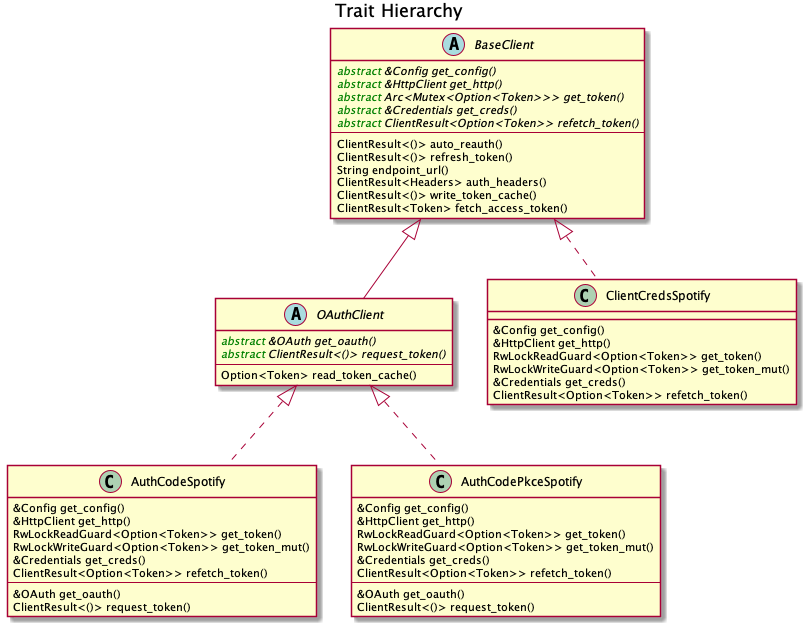
The PlantUML diagram doc/images/trait_hierarchy.png in ramsayleung/rspotify, before a commit. The source it was exported from:
```plantuml
@startuml
title Trait Hierarchy
abstract class BaseClient {
    <color:green>abstract</color> {abstract} &Config get_config()
    <color:green>abstract</color> {abstract} &HttpClient get_http()
    <color:green>abstract</color> {abstract} Arc<Mutex<Option<Token>>> get_token()
    <color:green>abstract</color> {abstract} &Credentials get_creds()
    <color:green>abstract</color> {abstract} ClientResult<Option<Token>> refetch_token()
    ---
    ClientResult<()> auto_reauth()
    ClientResult<()> refresh_token()
    String endpoint_url()
    ClientResult<Headers> auth_headers()
    ClientResult<()> write_token_cache()
    ClientResult<Token> fetch_access_token()
}

abstract class OAuthClient extends BaseClient{
    <color:green>abstract</color> {abstract} &OAuth get_oauth()
    <color:green>abstract</color> {abstract} ClientResult<()> request_token()
    ---
    Option<Token> read_token_cache()
}

class AuthCodeSpotify implements OAuthClient{
    &Config get_config()
    &HttpClient get_http()
    RwLockReadGuard<Option<Token>> get_token()
    RwLockWriteGuard<Option<Token>> get_token_mut()
    &Credentials get_creds()
    ClientResult<Option<Token>> refetch_token()
    ---
    &OAuth get_oauth()
    ClientResult<()> request_token()
}

class AuthCodePkceSpotify implements OAuthClient{
    &Config get_config()
    &HttpClient get_http()
    RwLockReadGuard<Option<Token>> get_token()
    RwLockWriteGuard<Option<Token>> get_token_mut()
    &Credentials get_creds()
    ClientResult<Option<Token>> refetch_token()
    ---
    &OAuth get_oauth()
    ClientResult<()> request_token()
}

class ClientCredsSpotify implements BaseClient{
    &Config get_config()
    &HttpClient get_http()
    RwLockReadGuard<Option<Token>> get_token()
    RwLockWriteGuard<Option<Token>> get_token_mut()
    &Credentials get_creds()
    ClientResult<Option<Token>> refetch_token()
}
@enduml
```
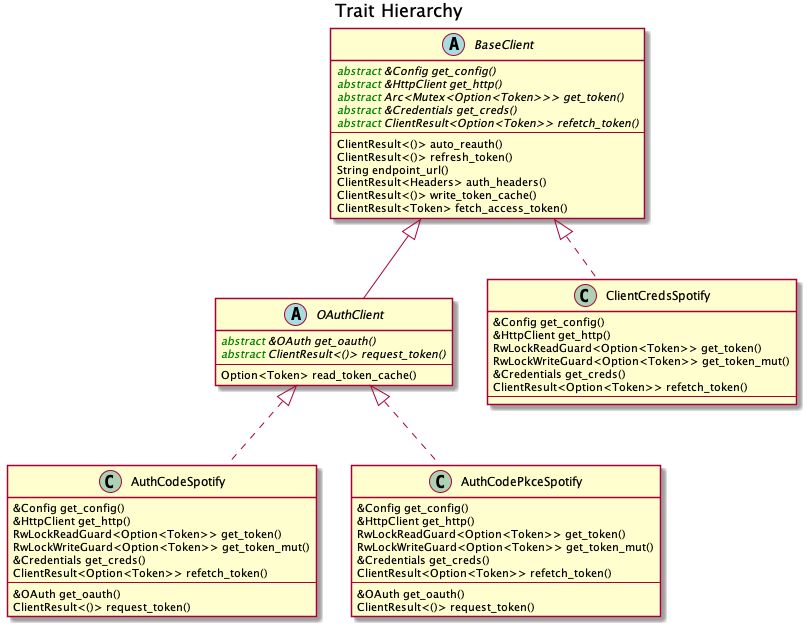
The same diagram one commit later.

Change to the diagram source:
```diff
@@ -53,5 +53,6 @@
     RwLockWriteGuard<Option<Token>> get_token_mut()
     &Credentials get_creds()
     ClientResult<Option<Token>> refetch_token()
+    ---
 }
 @enduml
```
